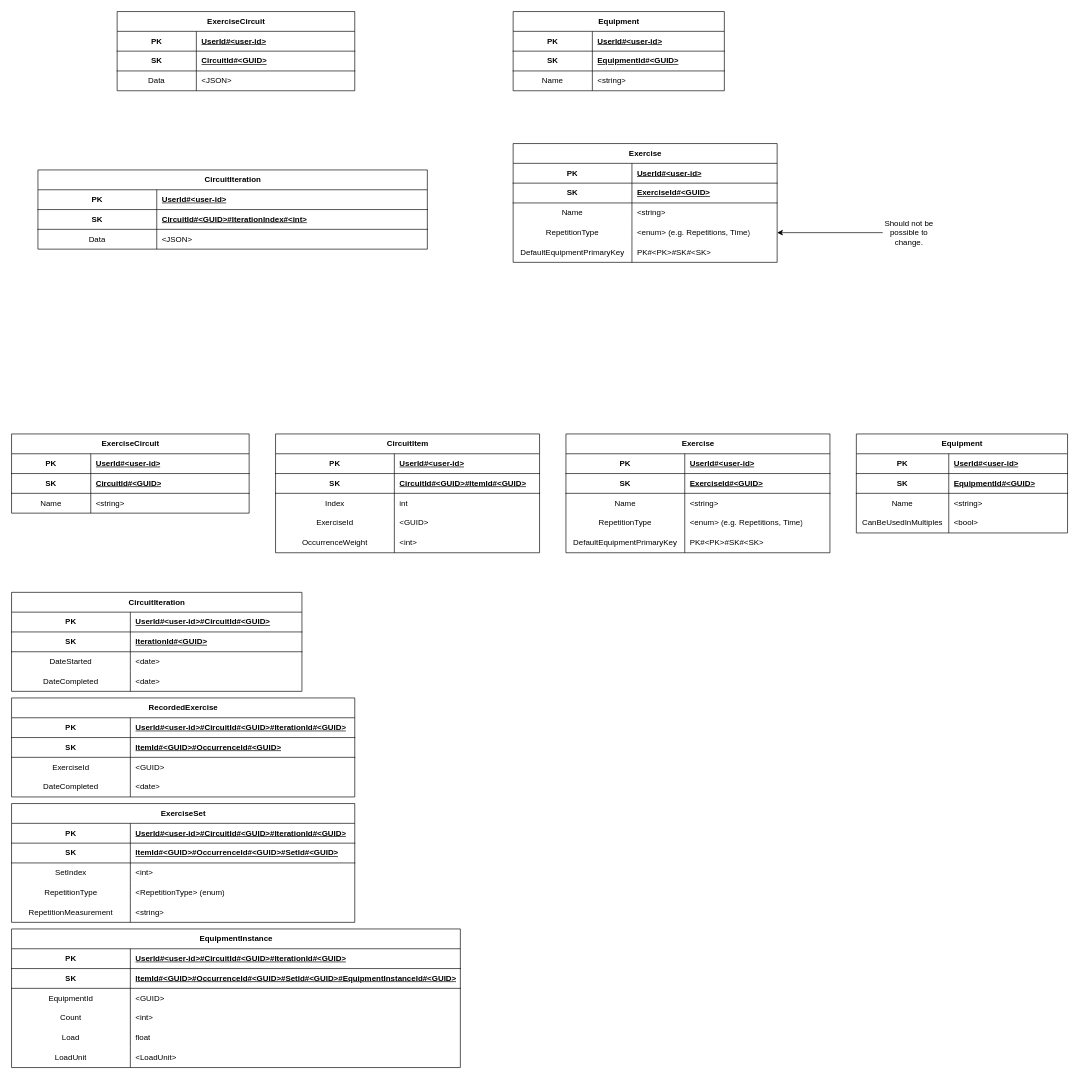
The draw.io diagram Documents/dynamodb-models.drawio in TankSlayer1337/circuits-backend, before the edit. Source tidied: cells renumbered, new cells numbered last; positions are measured from the earlier drawing's top-left corner, leaving out a move shared by most shapes. Both pictures are drawn from the tidied source at 66%, with x=0, y=0 at pixel (11, 11).
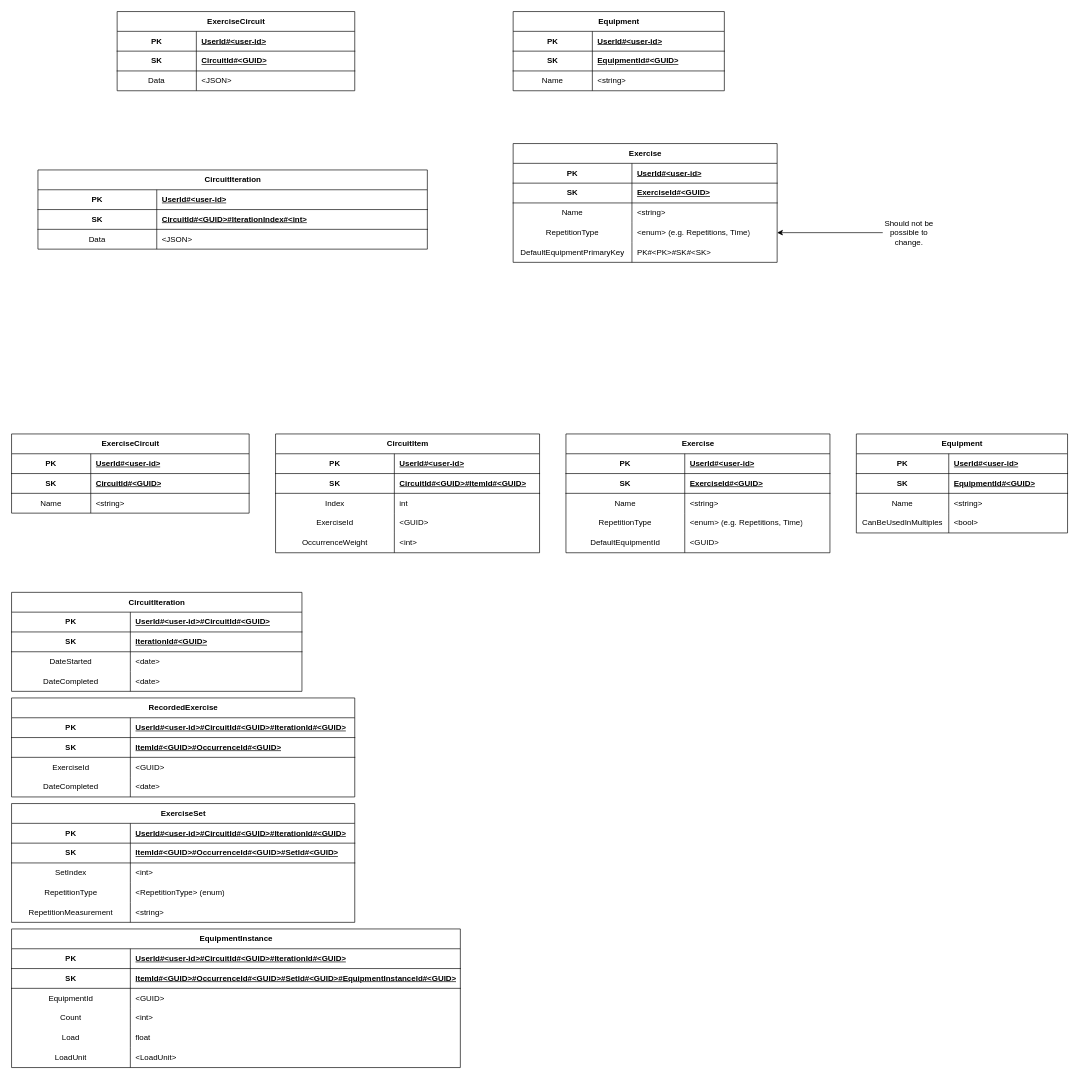
The same page after the edit.

Commit message (it also covers changes not shown here):
Worked on DynamoDB models.

Unchanged cells that the change refers to:
```xml
<mxCell id="89" style="shape=tableRow;horizontal=0;startSize=0;swimlaneHead=0;swimlaneBody=0;fillColor=none;top=0;left=0;right=0;bottom=0;" parent="76" vertex="1">
  <mxGeometry y="150" width="400" height="30" as="geometry" />
</mxCell>
```

Diff of the diagram source:
```diff
@@
-    <mxCell id="90" value="DefaultEquipmentPrimaryKey" style="shape=partialRectangle;fillColor=none;top=0;left=0;bottom=0;right=0;overflow=hidden;whiteSpace=wrap;html=1;" parent="89" vertex="1">
+    <mxCell id="90" value="DefaultEquipmentId" style="shape=partialRectangle;fillColor=none;top=0;left=0;bottom=0;right=0;overflow=hidden;whiteSpace=wrap;html=1;" parent="89" vertex="1">
       <mxGeometry width="180" height="30" as="geometry" />
     </mxCell>
-    <mxCell id="91" value="PK#&amp;lt;PK&amp;gt;#SK#&amp;lt;SK&amp;gt;" style="shape=partialRectangle;fillColor=none;top=0;left=0;bottom=0;right=0;align=left;spacingLeft=6;overflow=hidden;whiteSpace=wrap;html=1;" parent="89" vertex="1">
+    <mxCell id="91" value="&amp;lt;GUID&amp;gt;" style="shape=partialRectangle;fillColor=none;top=0;left=0;bottom=0;right=0;align=left;spacingLeft=6;overflow=hidden;whiteSpace=wrap;html=1;" parent="89" vertex="1">
       <mxGeometry x="180" width="220" height="30" as="geometry" />
     </mxCell>
```
